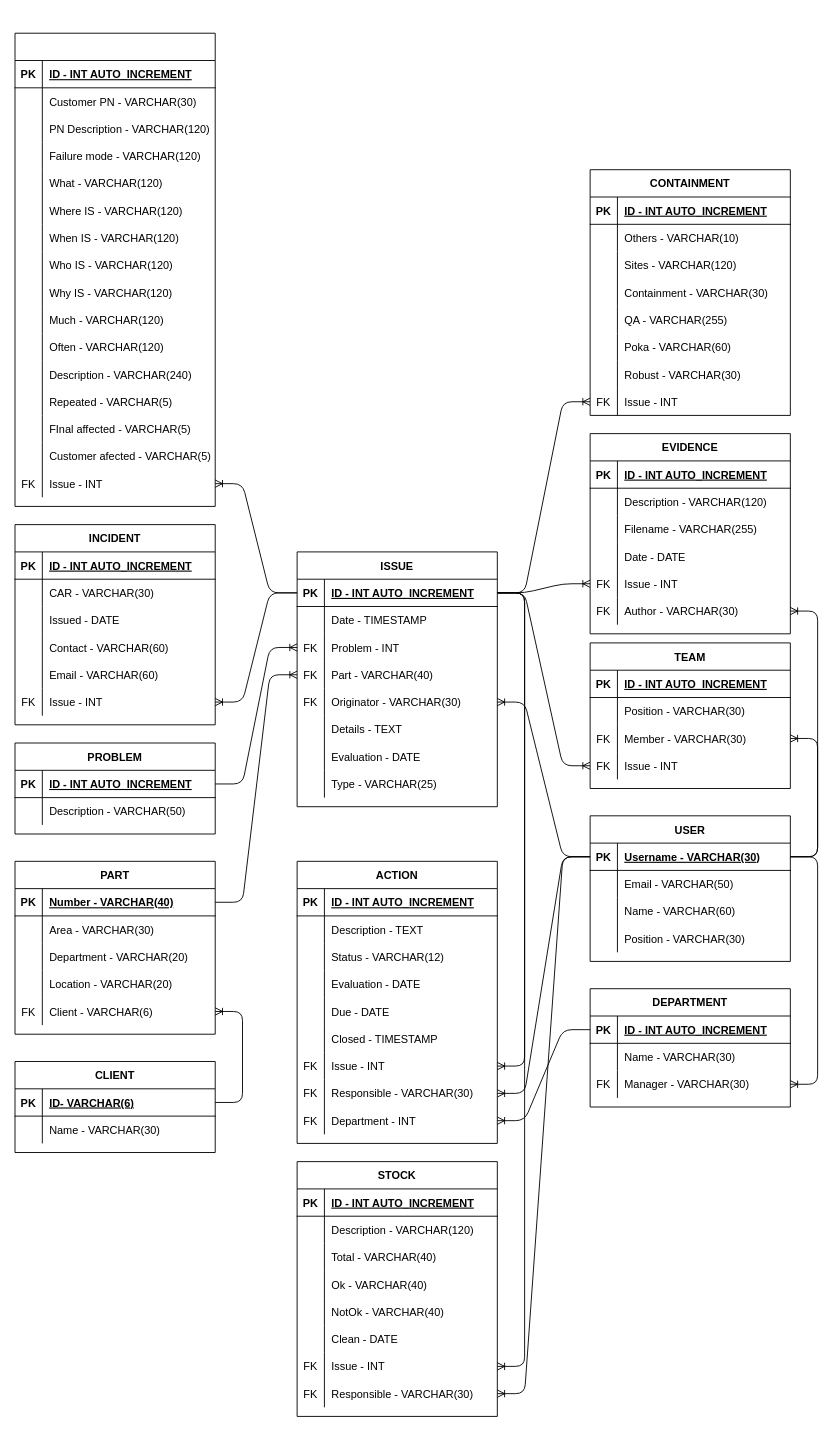
FFahrenheit/ScrapActionListAPI keeps this draw.io diagram as api/db/model/TableDiagram.drawio. Above is the earlier version. Source tidied: cells renumbered, new cells numbered last; positions are measured from the earlier drawing's top-left corner, leaving out a move shared by most shapes. Both pictures are drawn from the tidied source at 91%, with x=0, y=0 at pixel (15, 33).
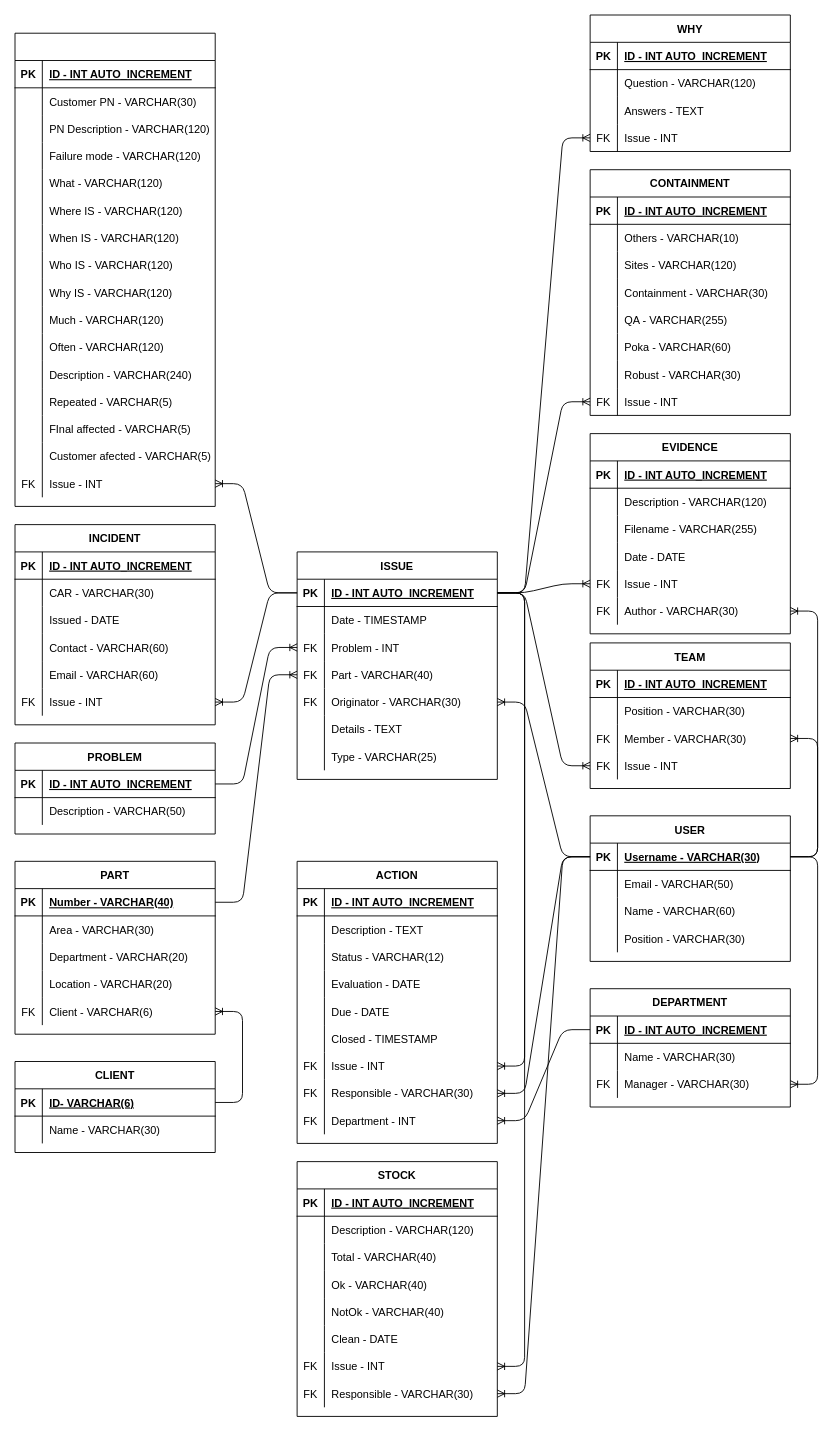
The same page after the edit.

Unchanged cells that the change refers to:
```xml
<mxCell id="33" style="shape=partialRectangle;fillColor=none;top=0;left=0;bottom=1;right=0;points=[[0,0.5],[1,0.5]];portConstraint=eastwest;" parent="32" vertex="1">
  <mxGeometry y="30" width="220" height="30" as="geometry" />
</mxCell>
```

What changed in the source:
```diff
@@
     <mxCell id="32" value="ISSUE" style="shape=table;startSize=30;childLayout=tableLayout;rowLines=0;fontStyle=1;align=center;" parent="1" vertex="1">
-      <mxGeometry x="310" y="570" width="220" height="280" as="geometry" />
+      <mxGeometry x="310" y="570" width="220" height="250" as="geometry" />
     </mxCell>
@@
-    <mxCell id="51" style="shape=partialRectangle;fillColor=none;top=0;left=0;bottom=0;right=0;" parent="32" vertex="1">
-      <mxGeometry y="210" width="220" height="30" as="geometry" />
-    </mxCell>
-    <mxCell id="52" style="shape=partialRectangle;fillColor=none;top=0;left=0;bottom=0;right=0;overflow=hidden;" parent="51" vertex="1">
-      <mxGeometry width="30" height="30" as="geometry" />
-    </mxCell>
-    <mxCell id="53" value="Evaluation - DATE" style="shape=partialRectangle;fillColor=none;top=0;left=0;bottom=0;right=0;align=left;spacingLeft=6;overflow=hidden;" parent="51" vertex="1">
-      <mxGeometry x="30" width="190" height="30" as="geometry" />
-    </mxCell>
     <mxCell id="54" style="shape=partialRectangle;fillColor=none;top=0;left=0;bottom=0;right=0;" parent="32" vertex="1">
-      <mxGeometry y="240" width="220" height="30" as="geometry" />
+      <mxGeometry y="210" width="220" height="30" as="geometry" />
     </mxCell>
@@
+    <mxCell id="275" value="WHY" style="shape=table;startSize=30;childLayout=tableLayout;rowLines=0;fontStyle=1;align=center;" parent="1" vertex="1">
+      <mxGeometry x="632" y="-20" width="220" height="150" as="geometry" />
+    </mxCell>
+    <mxCell id="276" style="shape=partialRectangle;fillColor=none;top=0;left=0;bottom=1;right=0;" parent="275" vertex="1">
+      <mxGeometry y="30" width="220" height="30" as="geometry" />
+    </mxCell>
+    <mxCell id="277" value="PK" style="shape=partialRectangle;fillColor=none;top=0;left=0;bottom=0;right=0;fontStyle=1;overflow=hidden;" parent="276" vertex="1">
+      <mxGeometry width="30" height="30" as="geometry" />
+    </mxCell>
+    <mxCell id="278" value="ID - INT AUTO_INCREMENT" style="shape=partialRectangle;fillColor=none;top=0;left=0;bottom=0;right=0;align=left;spacingLeft=6;fontStyle=5;overflow=hidden;" parent="276" vertex="1">
+      <mxGeometry x="30" width="190" height="30" as="geometry" />
+    </mxCell>
+    <mxCell id="279" style="shape=partialRectangle;fillColor=none;top=0;left=0;bottom=0;right=0;" parent="275" vertex="1">
+      <mxGeometry y="60" width="220" height="30" as="geometry" />
+    </mxCell>
+    <mxCell id="280" style="shape=partialRectangle;fillColor=none;top=0;left=0;bottom=0;right=0;overflow=hidden;" parent="279" vertex="1">
+      <mxGeometry width="30" height="30" as="geometry" />
+    </mxCell>
+    <mxCell id="281" value="Question - VARCHAR(120)" style="shape=partialRectangle;fillColor=none;top=0;left=0;bottom=0;right=0;align=left;spacingLeft=6;overflow=hidden;" parent="279" vertex="1">
+      <mxGeometry x="30" width="190" height="30" as="geometry" />
+    </mxCell>
+    <mxCell id="282" style="shape=partialRectangle;fillColor=none;top=0;left=0;bottom=0;right=0;" parent="275" vertex="1">
+      <mxGeometry y="90" width="220" height="30" as="geometry" />
+    </mxCell>
+    <mxCell id="283" style="shape=partialRectangle;fillColor=none;top=0;left=0;bottom=0;right=0;overflow=hidden;" parent="282" vertex="1">
+      <mxGeometry width="30" height="30" as="geometry" />
+    </mxCell>
+    <mxCell id="284" value="Answers - TEXT" style="shape=partialRectangle;fillColor=none;top=0;left=0;bottom=0;right=0;align=left;spacingLeft=6;overflow=hidden;" parent="282" vertex="1">
+      <mxGeometry x="30" width="190" height="30" as="geometry" />
+    </mxCell>
+    <mxCell id="285" style="shape=partialRectangle;fillColor=none;top=0;left=0;bottom=0;right=0;points=[[0,0.5],[1,0.5]];portConstraint=eastwest;" parent="275" vertex="1">
+      <mxGeometry y="120" width="220" height="30" as="geometry" />
+    </mxCell>
+    <mxCell id="286" value="FK" style="shape=partialRectangle;fillColor=none;top=0;left=0;bottom=0;right=0;fontStyle=0;overflow=hidden;" parent="285" vertex="1">
+      <mxGeometry width="30" height="30" as="geometry" />
+    </mxCell>
+    <mxCell id="287" value="Issue - INT" style="shape=partialRectangle;fillColor=none;top=0;left=0;bottom=0;right=0;align=left;spacingLeft=6;fontStyle=0;overflow=hidden;" parent="285" vertex="1">
+      <mxGeometry x="30" width="190" height="30" as="geometry" />
+    </mxCell>
+    <mxCell id="288" style="edgeStyle=entityRelationEdgeStyle;fontSize=12;html=1;endArrow=ERoneToMany;shadow=0;entryX=0;entryY=0.5;entryDx=0;entryDy=0;exitX=1;exitY=0.5;exitDx=0;exitDy=0;" parent="1" edge="1" source="33" target="285">
+      <mxGeometry relative="1" as="geometry" />
+    </mxCell>
```
